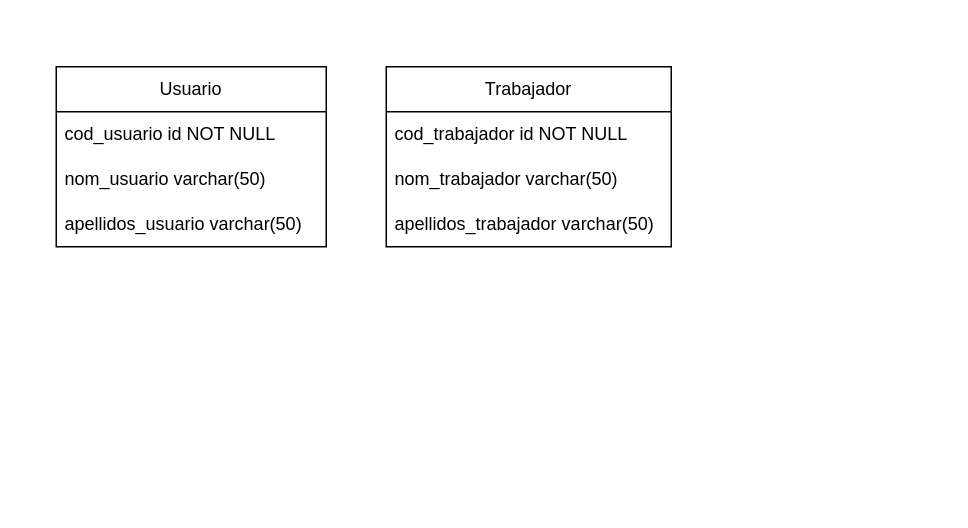
Before: Diagrama Relacional.drawio in HuBaMarin/projDespliegue, a draw.io diagram. Source tidied: cells renumbered, new cells numbered last; positions are measured from the earlier drawing's top-left corner, leaving out a move shared by most shapes. Both pictures are drawn from the tidied source at 150%, with x=0, y=0 at pixel (56, 66).
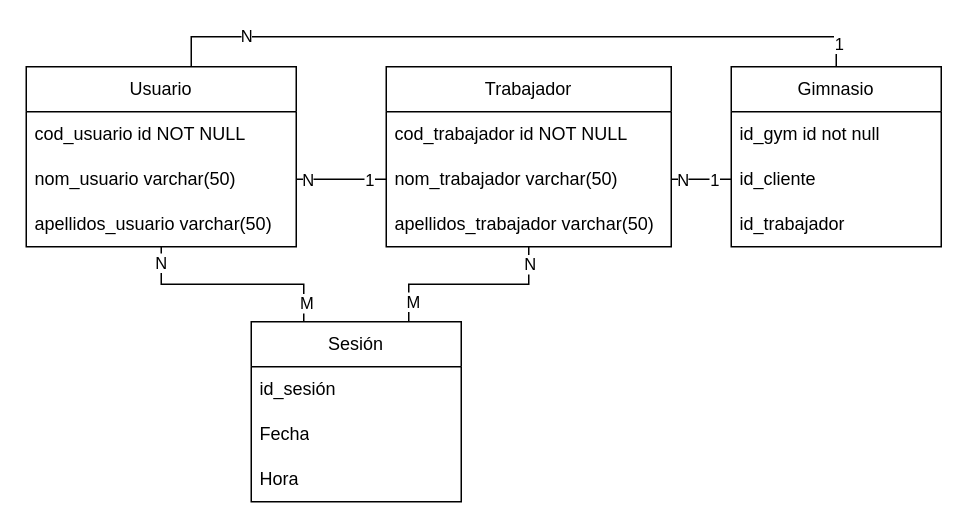
The same diagram, later.

The change refers to these unchanged cells:
```xml
<mxCell id="4" value="nom_usuario varchar(50)" style="text;strokeColor=none;fillColor=none;align=left;verticalAlign=middle;spacingLeft=4;spacingRight=4;overflow=hidden;points=[[0,0.5],[1,0.5]];portConstraint=eastwest;whiteSpace=wrap;html=1;" parent="2" vertex="1">
  <mxGeometry y="60" width="180" height="30" as="geometry" />
</mxCell>
<mxCell id="6" value="Trabajador" style="swimlane;fontStyle=0;horizontal=1;startSize=30;whiteSpace=wrap;html=1;" parent="1" vertex="1">
  <mxGeometry x="220" width="190" height="120" as="geometry" />
</mxCell>
<mxCell id="8" value="nom_trabajador varchar(50)" style="text;strokeColor=none;fillColor=none;align=left;verticalAlign=middle;spacingLeft=4;spacingRight=4;overflow=hidden;points=[[0,0.5],[1,0.5]];portConstraint=eastwest;whiteSpace=wrap;html=1;" parent="6" vertex="1">
  <mxGeometry y="60" width="190" height="30" as="geometry" />
</mxCell>
```

Change to the diagram source:
```diff
@@
+    <mxCell id="10" style="edgeStyle=orthogonalEdgeStyle;rounded=0;jettySize=auto;html=1;entryX=0.25;entryY=0;entryDx=0;entryDy=0;endArrow=none;endFill=0;" parent="1" edge="1" source="2" target="19">
+      <mxGeometry relative="1" as="geometry" />
+    </mxCell>
+    <mxCell id="11" value="N" style="edgeLabel;html=1;align=center;verticalAlign=middle;" parent="10" vertex="1">
+      <mxGeometry x="-0.86" y="-1" relative="1" as="geometry" />
+    </mxCell>
+    <mxCell id="12" value="M" style="edgeLabel;html=1;align=center;verticalAlign=middle;" parent="10" vertex="1">
+      <mxGeometry x="0.82" y="1" relative="1" as="geometry" />
+    </mxCell>
+    <mxCell id="13" style="edgeStyle=orthogonalEdgeStyle;rounded=0;jettySize=auto;html=1;entryX=0.5;entryY=0;entryDx=0;entryDy=0;endArrow=none;endFill=0;" parent="1" edge="1" source="2" target="23">
+      <mxGeometry relative="1" as="geometry">
+        <Array as="points">
+          <mxPoint x="90" y="-20" />
+          <mxPoint x="520" y="-20" />
+        </Array>
+      </mxGeometry>
+    </mxCell>
+    <mxCell id="14" value="N" style="edgeLabel;html=1;align=center;verticalAlign=middle;" parent="13" vertex="1">
+      <mxGeometry x="-0.76" y="1" relative="1" as="geometry" />
+    </mxCell>
+    <mxCell id="15" value="1" style="edgeLabel;html=1;align=center;verticalAlign=middle;" parent="13" vertex="1">
+      <mxGeometry x="0.93" y="1" relative="1" as="geometry" />
+    </mxCell>
     <mxCell id="2" value="Usuario" style="swimlane;fontStyle=0;horizontal=1;startSize=30;whiteSpace=wrap;html=1;" parent="1" vertex="1">
-      <mxGeometry width="180" height="120" as="geometry" />
+      <mxGeometry x="-20" width="180" height="120" as="geometry" />
     </mxCell>
@@
+    <mxCell id="16" style="edgeStyle=orthogonalEdgeStyle;rounded=0;jettySize=auto;html=1;entryX=0.75;entryY=0;entryDx=0;entryDy=0;endArrow=none;endFill=0;" parent="1" edge="1" source="6" target="19">
+      <mxGeometry relative="1" as="geometry" />
+    </mxCell>
+    <mxCell id="17" value="M" style="edgeLabel;html=1;align=center;verticalAlign=middle;" parent="16" vertex="1">
+      <mxGeometry x="0.78" y="2" relative="1" as="geometry" />
+    </mxCell>
+    <mxCell id="18" value="N" style="edgeLabel;html=1;align=center;verticalAlign=middle;" parent="16" vertex="1">
+      <mxGeometry x="-0.83" relative="1" as="geometry" />
+    </mxCell>
@@
+    <mxCell id="19" value="Sesión" style="swimlane;fontStyle=0;horizontal=1;startSize=30;whiteSpace=wrap;html=1;" parent="1" vertex="1">
+      <mxGeometry x="130" y="170" width="140" height="120" as="geometry" />
+    </mxCell>
+    <mxCell id="20" value="id_sesión" style="text;strokeColor=none;fillColor=none;align=left;verticalAlign=middle;spacingLeft=4;spacingRight=4;overflow=hidden;whiteSpace=wrap;html=1;" parent="19" vertex="1">
+      <mxGeometry y="30" width="140" height="30" as="geometry" />
+    </mxCell>
+    <mxCell id="21" value="Fecha" style="text;strokeColor=none;fillColor=none;align=left;verticalAlign=middle;spacingLeft=4;spacingRight=4;overflow=hidden;whiteSpace=wrap;html=1;" parent="19" vertex="1">
+      <mxGeometry y="60" width="140" height="30" as="geometry" />
+    </mxCell>
+    <mxCell id="22" value="Hora" style="text;strokeColor=none;fillColor=none;align=left;verticalAlign=middle;spacingLeft=4;spacingRight=4;overflow=hidden;whiteSpace=wrap;html=1;" parent="19" vertex="1">
+      <mxGeometry y="90" width="140" height="30" as="geometry" />
+    </mxCell>
+    <mxCell id="23" value="Gimnasio" style="swimlane;fontStyle=0;horizontal=1;startSize=30;whiteSpace=wrap;html=1;" parent="1" vertex="1">
+      <mxGeometry x="450" width="140" height="120" as="geometry" />
+    </mxCell>
+    <mxCell id="24" value="id_gym id not null" style="text;strokeColor=none;fillColor=none;align=left;verticalAlign=middle;spacingLeft=4;spacingRight=4;overflow=hidden;whiteSpace=wrap;html=1;" parent="23" vertex="1">
+      <mxGeometry y="30" width="140" height="30" as="geometry" />
+    </mxCell>
+    <mxCell id="25" value="id_cliente&amp;nbsp;" style="text;strokeColor=none;fillColor=none;align=left;verticalAlign=middle;spacingLeft=4;spacingRight=4;overflow=hidden;points=[[0,0.5],[1,0.5]];portConstraint=eastwest;whiteSpace=wrap;html=1;" parent="23" vertex="1">
+      <mxGeometry y="60" width="140" height="30" as="geometry" />
+    </mxCell>
+    <mxCell id="26" value="id_trabajador" style="text;strokeColor=none;fillColor=none;align=left;verticalAlign=middle;spacingLeft=4;spacingRight=4;overflow=hidden;whiteSpace=wrap;html=1;" parent="23" vertex="1">
+      <mxGeometry y="90" width="140" height="30" as="geometry" />
+    </mxCell>
+    <mxCell id="27" style="edgeStyle=orthogonalEdgeStyle;rounded=0;jettySize=auto;html=1;entryX=0;entryY=0.5;entryDx=0;entryDy=0;endArrow=none;endFill=0;" parent="1" edge="1" source="8" target="25">
+      <mxGeometry relative="1" as="geometry" />
+    </mxCell>
+    <mxCell id="28" value="N" style="edgeLabel;html=1;align=center;verticalAlign=middle;" parent="27" vertex="1">
+      <mxGeometry x="-0.66" relative="1" as="geometry" />
+    </mxCell>
+    <mxCell id="29" value="1" style="edgeLabel;html=1;align=center;verticalAlign=middle;" parent="27" vertex="1">
+      <mxGeometry x="0.38" relative="1" as="geometry" />
+    </mxCell>
+    <mxCell id="30" style="edgeStyle=orthogonalEdgeStyle;rounded=0;jettySize=auto;html=1;entryX=1;entryY=0.5;entryDx=0;entryDy=0;endArrow=none;endFill=0;" parent="1" edge="1" source="8" target="4">
+      <mxGeometry relative="1" as="geometry" />
+    </mxCell>
+    <mxCell id="31" value="1" style="edgeLabel;html=1;align=center;verticalAlign=middle;" parent="30" vertex="1">
+      <mxGeometry x="-0.6" relative="1" as="geometry" />
+    </mxCell>
+    <mxCell id="32" value="N" style="edgeLabel;html=1;align=center;verticalAlign=middle;" parent="30" vertex="1">
+      <mxGeometry x="0.75" relative="1" as="geometry" />
+    </mxCell>
```
